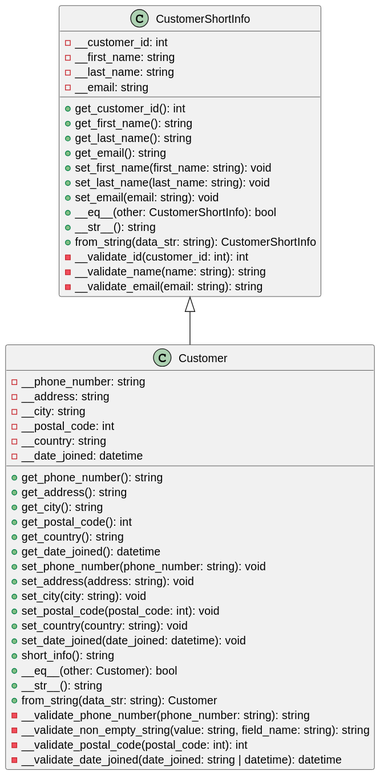
Before: class_diagram.svg, a diagram exported from PlantUML (MrOganes/information-systems-design). Source of this version:
```plantuml
@startuml
class CustomerShortInfo {
  - __customer_id: int
  - __first_name: string
  - __last_name: string
  - __email: string
  + get_customer_id(): int
  + get_first_name(): string
  + get_last_name(): string
  + get_email(): string
  + set_first_name(first_name: string): void
  + set_last_name(last_name: string): void
  + set_email(email: string): void
  + __eq__(other: CustomerShortInfo): bool
  + __str__(): string
  + from_string(data_str: string): CustomerShortInfo
  - __validate_id(customer_id: int): int
  - __validate_name(name: string): string
  - __validate_email(email: string): string
}

class Customer {
  - __phone_number: string
  - __address: string
  - __city: string
  - __postal_code: int
  - __country: string
  - __date_joined: datetime
  + get_phone_number(): string
  + get_address(): string
  + get_city(): string
  + get_postal_code(): int
  + get_country(): string
  + get_date_joined(): datetime
  + set_phone_number(phone_number: string): void
  + set_address(address: string): void
  + set_city(city: string): void
  + set_postal_code(postal_code: int): void
  + set_country(country: string): void
  + set_date_joined(date_joined: datetime): void
  + short_info(): string
  + __eq__(other: Customer): bool
  + __str__(): string
  + from_string(data_str: string): Customer
  - __validate_phone_number(phone_number: string): string
  - __validate_non_empty_string(value: string, field_name: string): string
  - __validate_postal_code(postal_code: int): int
  - __validate_date_joined(date_joined: string | datetime): datetime
}

CustomerShortInfo <|-- Customer
@enduml
```
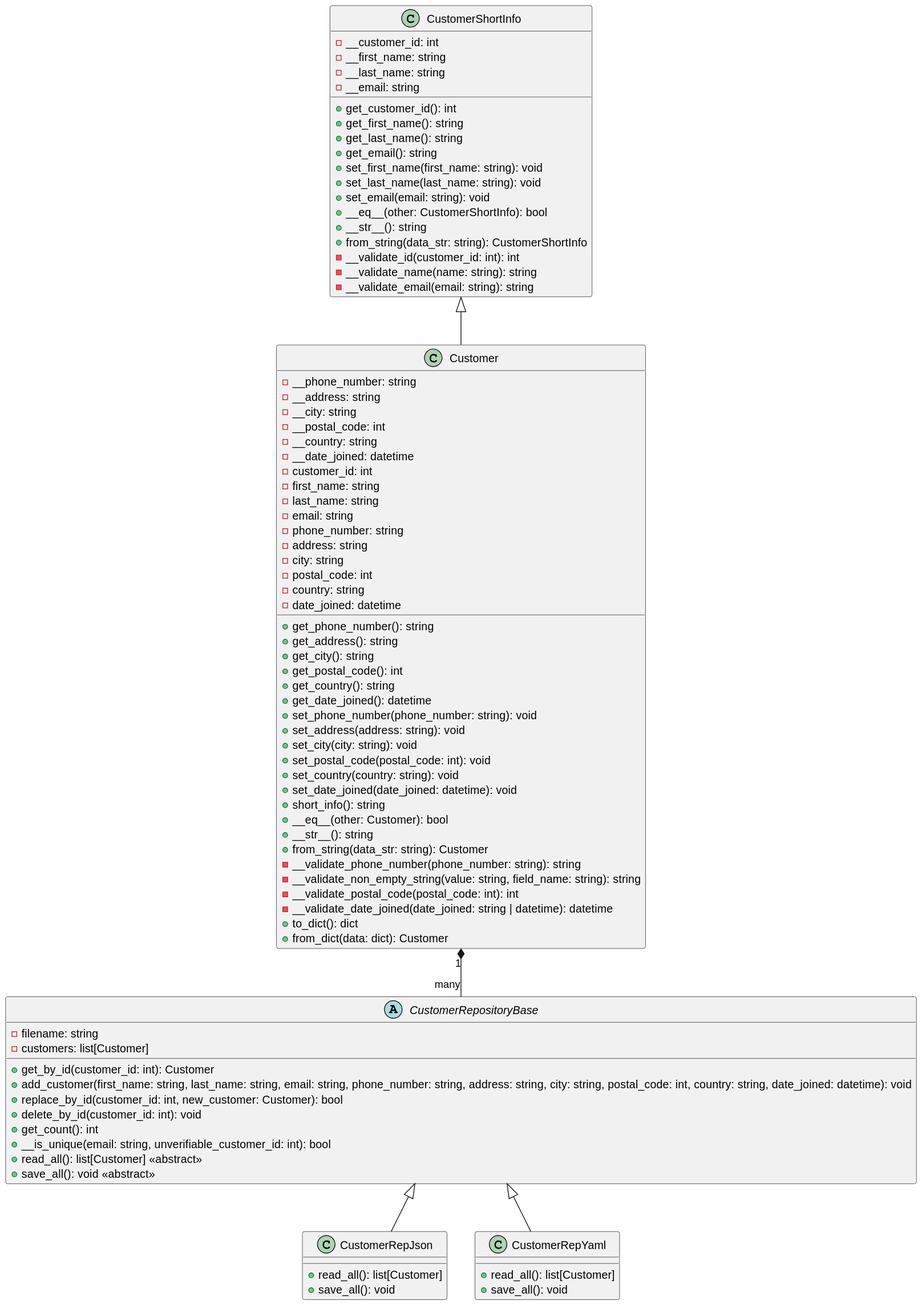
Later version of the same file.

Commit message:
feat: Created a superclass CustomerRepBase for the CustomerRepYaml and CustomerRepJson classes.

What changed in the source:
```diff
@@ -49,4 +49,46 @@
 }
 
 CustomerShortInfo <|-- Customer
+
+class Customer {
+  - customer_id: int
+  - first_name: string
+  - last_name: string
+  - email: string
+  - phone_number: string
+  - address: string
+  - city: string
+  - postal_code: int
+  - country: string
+  - date_joined: datetime
+  + to_dict(): dict
+  + from_dict(data: dict): Customer
+}
+
+abstract class CustomerRepositoryBase {
+  - filename: string
+  - customers: list[Customer]
+  + get_by_id(customer_id: int): Customer
+  + add_customer(first_name: string, last_name: string, email: string, phone_number: string, address: string, city: string, postal_code: int, country: string, date_joined: datetime): void
+  + replace_by_id(customer_id: int, new_customer: Customer): bool
+  + delete_by_id(customer_id: int): void
+  + get_count(): int
+  + __is_unique(email: string, unverifiable_customer_id: int): bool
+  + read_all(): list[Customer] <<abstract>>
+  + save_all(): void <<abstract>>
+}
+
+class CustomerRepJson {
+  + read_all(): list[Customer]
+  + save_all(): void
+}
+
+class CustomerRepYaml {
+  + read_all(): list[Customer]
+  + save_all(): void
+}
+
+CustomerRepositoryBase <|-- CustomerRepJson
+CustomerRepositoryBase <|-- CustomerRepYaml
+Customer "1" *-- "many" CustomerRepositoryBase
 @enduml
```
